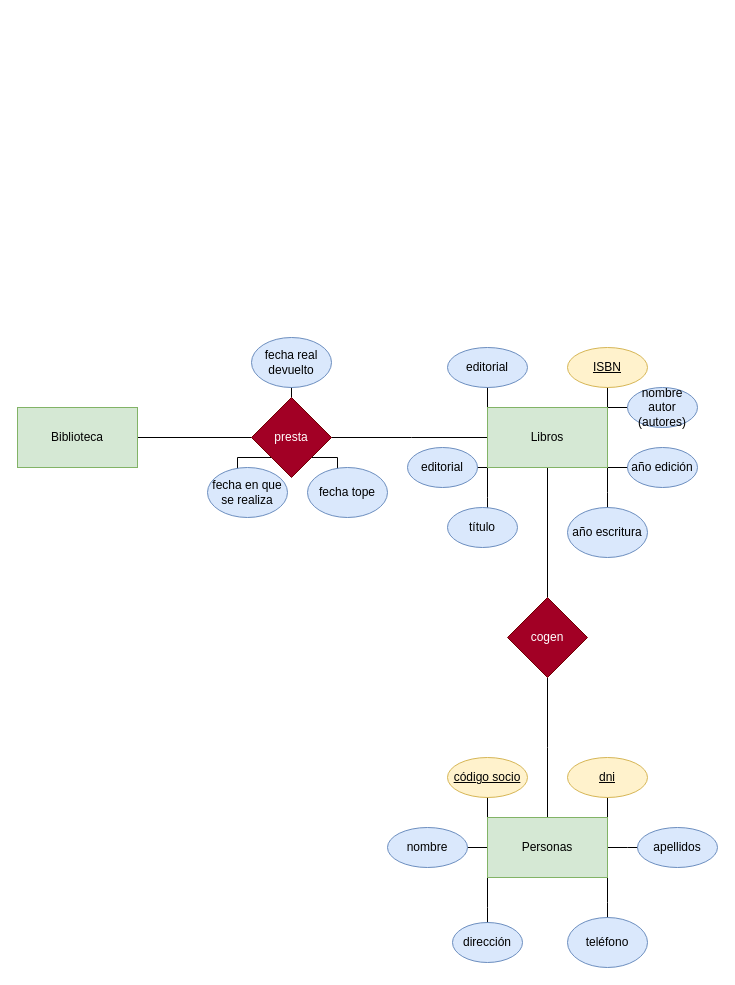
The draw.io diagram Unidad-1/Tareas/Tarea-7/Tarea -7.drawio in jpprguezz/BAE, before the edit. Source tidied: cells renumbered, new cells numbered last; positions are measured from the earlier drawing's top-left corner, leaving out a move shared by most shapes. Both pictures are drawn from the tidied source at 100%, with x=0, y=0 at pixel (17, 337).
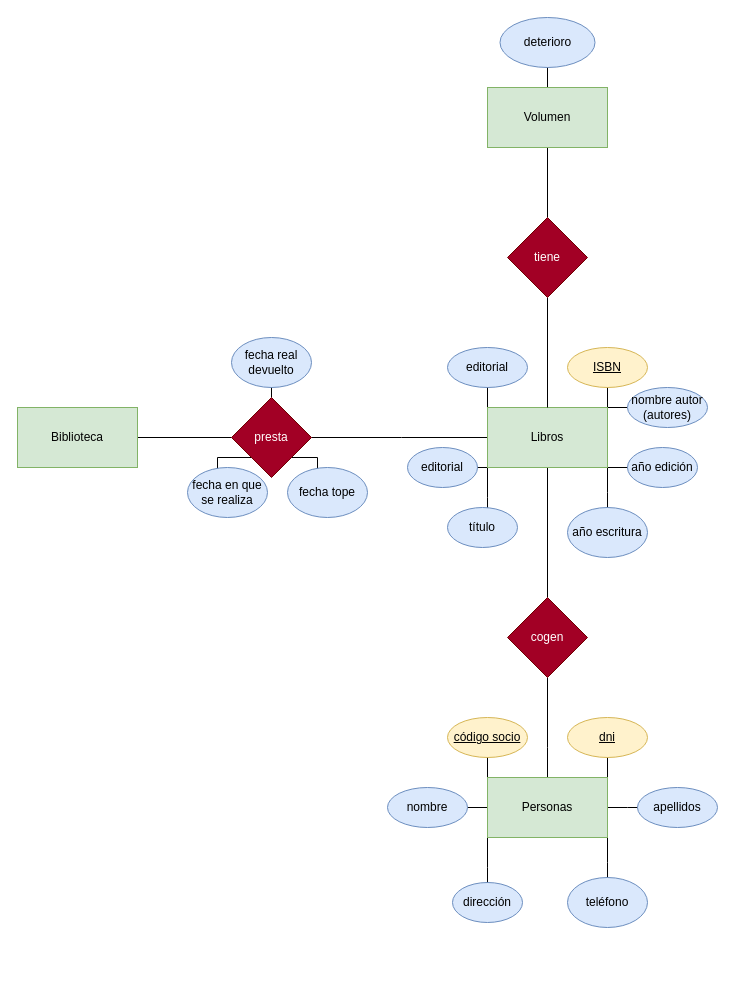
Above is the later version.

The change refers to these unchanged cells:
```xml
<mxCell id="17" value="Libros" style="rounded=0;whiteSpace=wrap;html=1;fillColor=#d5e8d4;strokeColor=#82b366;" parent="1" vertex="1">
  <mxGeometry x="470" y="70" width="120" height="60" as="geometry" />
</mxCell>
```

Change to the diagram source:
```diff
@@
     <mxCell id="5" style="edgeStyle=orthogonalEdgeStyle;rounded=0;jettySize=auto;html=1;exitX=0;exitY=1;exitDx=0;exitDy=0;" parent="1" edge="1" source="8">
       <mxGeometry relative="1" as="geometry">
-        <mxPoint x="220" y="140" as="targetPoint" />
+        <mxPoint x="200" y="140" as="targetPoint" />
       </mxGeometry>
     </mxCell>
     <mxCell id="6" style="edgeStyle=orthogonalEdgeStyle;rounded=0;jettySize=auto;html=1;exitX=1;exitY=1;exitDx=0;exitDy=0;" parent="1" edge="1" source="8">
       <mxGeometry relative="1" as="geometry">
-        <mxPoint x="320" y="140" as="targetPoint" />
+        <mxPoint x="300" y="140" as="targetPoint" />
       </mxGeometry>
     </mxCell>
     <mxCell id="7" style="edgeStyle=orthogonalEdgeStyle;rounded=0;jettySize=auto;html=1;exitX=0.5;exitY=0;exitDx=0;exitDy=0;" parent="1" edge="1" source="8">
       <mxGeometry relative="1" as="geometry">
-        <mxPoint x="274" y="30" as="targetPoint" />
+        <mxPoint x="254" y="30" as="targetPoint" />
       </mxGeometry>
     </mxCell>
     <mxCell id="8" value="presta" style="rhombus;whiteSpace=wrap;html=1;fillColor=#a20025;fontColor=#ffffff;strokeColor=#6F0000;" parent="1" vertex="1">
-      <mxGeometry x="234" y="60" width="80" height="80" as="geometry" />
+      <mxGeometry x="214" y="60" width="80" height="80" as="geometry" />
     </mxCell>
@@
+    <mxCell id="43" style="edgeStyle=orthogonalEdgeStyle;rounded=0;jettySize=auto;html=1;exitX=0.5;exitY=0;exitDx=0;exitDy=0;entryX=0.5;entryY=1;entryDx=0;entryDy=0;endArrow=none;endFill=0;" parent="1" edge="1" source="48" target="45">
+      <mxGeometry relative="1" as="geometry" />
+    </mxCell>
@@
     <mxCell id="23" value="nombre autor (autores)" style="ellipse;whiteSpace=wrap;html=1;fillColor=#dae8fc;strokeColor=#6c8ebf;" parent="1" vertex="1">
-      <mxGeometry x="610" y="50" width="70" height="40" as="geometry" />
+      <mxGeometry x="610" y="50" width="80" height="40" as="geometry" />
     </mxCell>
@@
     <mxCell id="27" style="edgeStyle=orthogonalEdgeStyle;rounded=0;jettySize=auto;html=1;exitX=0;exitY=1;exitDx=0;exitDy=0;" parent="1" edge="1" source="33">
       <mxGeometry relative="1" as="geometry">
-        <mxPoint x="470" y="600" as="targetPoint" />
+        <mxPoint x="470" y="560" as="targetPoint" />
       </mxGeometry>
     </mxCell>
     <mxCell id="28" style="edgeStyle=orthogonalEdgeStyle;rounded=0;jettySize=auto;html=1;exitX=1;exitY=1;exitDx=0;exitDy=0;" parent="1" edge="1" source="33">
       <mxGeometry relative="1" as="geometry">
-        <mxPoint x="590" y="590" as="targetPoint" />
+        <mxPoint x="590" y="550" as="targetPoint" />
       </mxGeometry>
     </mxCell>
     <mxCell id="29" style="edgeStyle=orthogonalEdgeStyle;rounded=0;jettySize=auto;html=1;exitX=0;exitY=0;exitDx=0;exitDy=0;" parent="1" edge="1" source="33">
       <mxGeometry relative="1" as="geometry">
-        <mxPoint x="470" y="450" as="targetPoint" />
+        <mxPoint x="470" y="410" as="targetPoint" />
       </mxGeometry>
     </mxCell>
     <mxCell id="30" style="edgeStyle=orthogonalEdgeStyle;rounded=0;jettySize=auto;html=1;exitX=1;exitY=0;exitDx=0;exitDy=0;" parent="1" edge="1" source="33">
       <mxGeometry relative="1" as="geometry">
-        <mxPoint x="590" y="440" as="targetPoint" />
+        <mxPoint x="590" y="400" as="targetPoint" />
       </mxGeometry>
     </mxCell>
     <mxCell id="31" style="edgeStyle=orthogonalEdgeStyle;rounded=0;jettySize=auto;html=1;exitX=0;exitY=0.5;exitDx=0;exitDy=0;" parent="1" edge="1" source="33">
       <mxGeometry relative="1" as="geometry">
-        <mxPoint x="430" y="510" as="targetPoint" />
+        <mxPoint x="430" y="470" as="targetPoint" />
       </mxGeometry>
     </mxCell>
     <mxCell id="32" style="edgeStyle=orthogonalEdgeStyle;rounded=0;jettySize=auto;html=1;exitX=1;exitY=0.5;exitDx=0;exitDy=0;" parent="1" edge="1" source="33">
       <mxGeometry relative="1" as="geometry">
-        <mxPoint x="630" y="510" as="targetPoint" />
+        <mxPoint x="630" y="470" as="targetPoint" />
       </mxGeometry>
     </mxCell>
     <mxCell id="33" value="Personas" style="rounded=0;whiteSpace=wrap;html=1;fillColor=#d5e8d4;strokeColor=#82b366;" parent="1" vertex="1">
-      <mxGeometry x="470" y="480" width="120" height="60" as="geometry" />
+      <mxGeometry x="470" y="440" width="120" height="60" as="geometry" />
     </mxCell>
     <mxCell id="34" value="&lt;u&gt;código socio&lt;/u&gt;" style="ellipse;whiteSpace=wrap;html=1;fillColor=#fff2cc;strokeColor=#d6b656;" parent="1" vertex="1">
-      <mxGeometry x="430" y="420" width="80" height="40" as="geometry" />
+      <mxGeometry x="430" y="380" width="80" height="40" as="geometry" />
     </mxCell>
     <mxCell id="35" value="teléfono" style="ellipse;whiteSpace=wrap;html=1;fillColor=#dae8fc;strokeColor=#6c8ebf;" parent="1" vertex="1">
-      <mxGeometry x="550" y="580" width="80" height="50" as="geometry" />
+      <mxGeometry x="550" y="540" width="80" height="50" as="geometry" />
     </mxCell>
     <mxCell id="36" value="dirección" style="ellipse;whiteSpace=wrap;html=1;fillColor=#dae8fc;strokeColor=#6c8ebf;" parent="1" vertex="1">
-      <mxGeometry x="435" y="585" width="70" height="40" as="geometry" />
+      <mxGeometry x="435" y="545" width="70" height="40" as="geometry" />
     </mxCell>
     <mxCell id="37" value="&lt;u&gt;dni&lt;/u&gt;" style="ellipse;whiteSpace=wrap;html=1;fillColor=#fff2cc;strokeColor=#d6b656;" parent="1" vertex="1">
-      <mxGeometry x="550" y="420" width="80" height="40" as="geometry" />
+      <mxGeometry x="550" y="380" width="80" height="40" as="geometry" />
     </mxCell>
     <mxCell id="38" value="nombre" style="ellipse;whiteSpace=wrap;html=1;fillColor=#dae8fc;strokeColor=#6c8ebf;" parent="1" vertex="1">
-      <mxGeometry x="370" y="490" width="80" height="40" as="geometry" />
+      <mxGeometry x="370" y="450" width="80" height="40" as="geometry" />
     </mxCell>
     <mxCell id="39" value="apellidos" style="ellipse;whiteSpace=wrap;html=1;fillColor=#dae8fc;strokeColor=#6c8ebf;" parent="1" vertex="1">
-      <mxGeometry x="620" y="490" width="80" height="40" as="geometry" />
+      <mxGeometry x="620" y="450" width="80" height="40" as="geometry" />
     </mxCell>
     <mxCell id="40" value="fecha tope" style="ellipse;whiteSpace=wrap;html=1;fillColor=#dae8fc;strokeColor=#6c8ebf;" parent="1" vertex="1">
-      <mxGeometry x="290" y="130" width="80" height="50" as="geometry" />
+      <mxGeometry x="270" y="130" width="80" height="50" as="geometry" />
     </mxCell>
     <mxCell id="41" value="fecha en que se realiza" style="ellipse;whiteSpace=wrap;html=1;fillColor=#dae8fc;strokeColor=#6c8ebf;" parent="1" vertex="1">
-      <mxGeometry x="190" y="130" width="80" height="50" as="geometry" />
+      <mxGeometry x="170" y="130" width="80" height="50" as="geometry" />
     </mxCell>
     <mxCell id="42" value="fecha real devuelto" style="ellipse;whiteSpace=wrap;html=1;fillColor=#dae8fc;strokeColor=#6c8ebf;" parent="1" vertex="1">
-      <mxGeometry x="234" width="80" height="50" as="geometry" />
+      <mxGeometry x="214" width="80" height="50" as="geometry" />
     </mxCell>
+    <mxCell id="44" style="edgeStyle=orthogonalEdgeStyle;rounded=0;jettySize=auto;html=1;exitX=0.5;exitY=0;exitDx=0;exitDy=0;endArrow=none;endFill=0;" parent="1" edge="1" source="45" target="46">
+      <mxGeometry relative="1" as="geometry" />
+    </mxCell>
+    <mxCell id="45" value="Volumen" style="rounded=0;whiteSpace=wrap;html=1;fillColor=#d5e8d4;strokeColor=#82b366;" parent="1" vertex="1">
+      <mxGeometry x="470" y="-250" width="120" height="60" as="geometry" />
+    </mxCell>
+    <mxCell id="46" value="deterioro" style="ellipse;whiteSpace=wrap;html=1;fillColor=#dae8fc;strokeColor=#6c8ebf;" parent="1" vertex="1">
+      <mxGeometry x="482.5" y="-320" width="95" height="50" as="geometry" />
+    </mxCell>
+    <mxCell id="47" style="edgeStyle=orthogonalEdgeStyle;rounded=0;jettySize=auto;html=1;exitX=0.5;exitY=0;exitDx=0;exitDy=0;entryX=0.5;entryY=1;entryDx=0;entryDy=0;endArrow=none;endFill=0;" parent="1" edge="1" source="17" target="48">
+      <mxGeometry relative="1" as="geometry" />
+    </mxCell>
+    <mxCell id="48" value="tiene" style="rhombus;whiteSpace=wrap;html=1;fillColor=#a20025;fontColor=#ffffff;strokeColor=#6F0000;" parent="1" vertex="1">
+      <mxGeometry x="490" y="-120" width="80" height="80" as="geometry" />
+    </mxCell>
```
